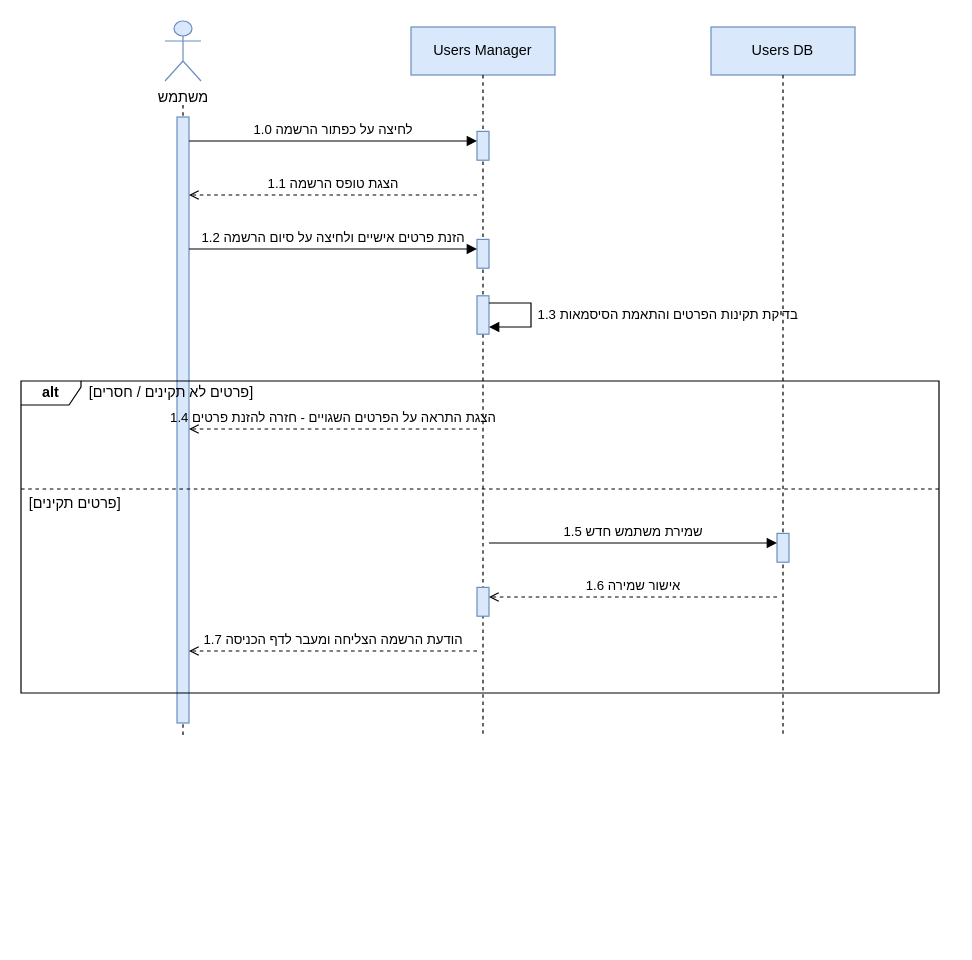
arielkaplan20/project_Golden_Hair_Salon keeps this draw.io diagram as diagrams/SEQ-SUC-1.drawio. Above is the earlier version. Source tidied: cells renumbered, new cells numbered last; positions are measured from the earlier drawing's top-left corner, leaving out a move shared by most shapes. Both pictures are drawn from the tidied source at 120%, with x=0, y=0 at pixel (20, 20).
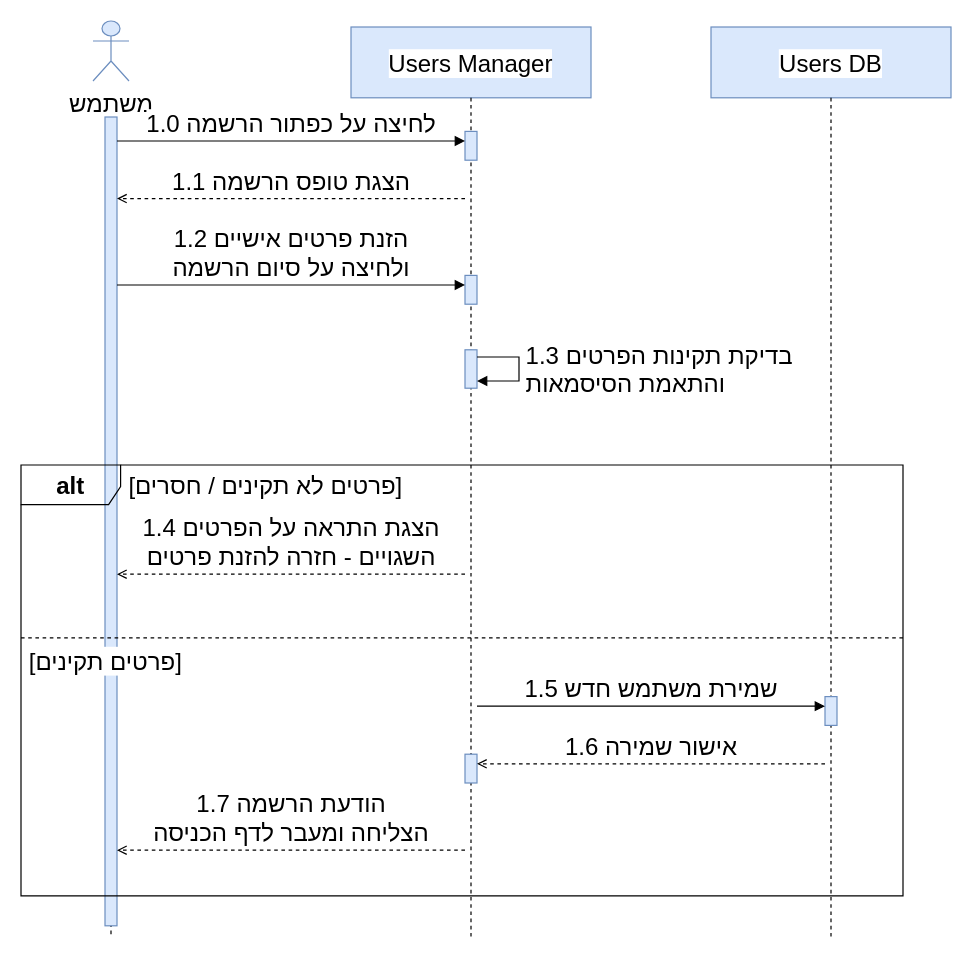
Above is the later version.

Change to the diagram source:
```diff
@@
-    <mxCell id="2" value="משתמש" style="shape=umlActor;verticalLabelPosition=bottom;verticalAlign=top;html=1;fillColor=#dae8fc;strokeColor=#6c8ebf;" parent="1" vertex="1">
-      <mxGeometry x="120" width="30" height="50" as="geometry" />
+    <mxCell id="2" value="משתמש" style="shape=umlActor;verticalLabelPosition=bottom;verticalAlign=top;html=1;fillColor=#dae8fc;strokeColor=#6c8ebf;fontSize=20;labelBackgroundColor=#ffffff;" parent="1" vertex="1">
+      <mxGeometry x="60" width="30" height="50" as="geometry" />
     </mxCell>
-    <mxCell id="3" value="Users Manager" style="rounded=0;whiteSpace=wrap;html=1;fillColor=#dae8fc;strokeColor=#6c8ebf;" parent="1" vertex="1">
-      <mxGeometry x="325" y="5" width="120" height="40" as="geometry" />
+    <mxCell id="3" value="Users Manager" style="rounded=0;whiteSpace=wrap;html=1;fillColor=#dae8fc;strokeColor=#6c8ebf;fontSize=20;labelBackgroundColor=#ffffff;" parent="1" vertex="1">
+      <mxGeometry x="275" y="5" width="200" height="59" as="geometry" />
     </mxCell>
-    <mxCell id="4" value="Users DB" style="rounded=0;whiteSpace=wrap;html=1;fillColor=#dae8fc;strokeColor=#6c8ebf;" parent="1" vertex="1">
-      <mxGeometry x="575" y="5" width="120" height="40" as="geometry" />
+    <mxCell id="4" value="Users DB" style="rounded=0;whiteSpace=wrap;html=1;fillColor=#dae8fc;strokeColor=#6c8ebf;fontSize=20;labelBackgroundColor=#ffffff;" parent="1" vertex="1">
+      <mxGeometry x="575" y="5" width="200" height="59" as="geometry" />
     </mxCell>
     <mxCell id="5" style="endArrow=none;html=1;dashed=1;strokeColor=#000000;" parent="1" edge="1">
       <mxGeometry relative="1" as="geometry">
-        <mxPoint x="135" y="70" as="sourcePoint" />
-        <mxPoint x="135" y="595" as="targetPoint" />
+        <mxPoint x="75" y="80" as="sourcePoint" />
+        <mxPoint x="75" y="764" as="targetPoint" />
       </mxGeometry>
     </mxCell>
     <mxCell id="6" style="rounded=0;html=1;fillColor=#dae8fc;strokeColor=#6c8ebf;" parent="1" vertex="1">
-      <mxGeometry x="130" y="80" width="10" height="505" as="geometry" />
+      <mxGeometry x="70" y="80" width="10" height="674" as="geometry" />
     </mxCell>
     <mxCell id="7" style="endArrow=none;html=1;dashed=1;strokeColor=#000000;" parent="1" edge="1">
       <mxGeometry relative="1" as="geometry">
-        <mxPoint x="385" y="45" as="sourcePoint" />
-        <mxPoint x="385" y="595" as="targetPoint" />
+        <mxPoint x="375" y="64" as="sourcePoint" />
+        <mxPoint x="375" y="764" as="targetPoint" />
       </mxGeometry>
     </mxCell>
     <mxCell id="8" style="endArrow=none;html=1;dashed=1;strokeColor=#000000;" parent="1" edge="1">
       <mxGeometry relative="1" as="geometry">
-        <mxPoint x="635" y="45" as="sourcePoint" />
-        <mxPoint x="635" y="595" as="targetPoint" />
+        <mxPoint x="675" y="64" as="sourcePoint" />
+        <mxPoint x="675" y="764" as="targetPoint" />
       </mxGeometry>
     </mxCell>
     <mxCell id="9" style="rounded=0;html=1;fillColor=#dae8fc;strokeColor=#6c8ebf;" parent="1" vertex="1">
-      <mxGeometry x="380" y="92" width="10" height="24" as="geometry" />
+      <mxGeometry x="370" y="92" width="10" height="24" as="geometry" />
     </mxCell>
     <mxCell id="10" style="rounded=0;html=1;fillColor=#dae8fc;strokeColor=#6c8ebf;" parent="1" vertex="1">
-      <mxGeometry x="380" y="182" width="10" height="24" as="geometry" />
+      <mxGeometry x="370" y="212" width="10" height="24" as="geometry" />
     </mxCell>
     <mxCell id="11" style="rounded=0;html=1;fillColor=#dae8fc;strokeColor=#6c8ebf;" parent="1" vertex="1">
-      <mxGeometry x="380" y="229" width="10" height="32" as="geometry" />
+      <mxGeometry x="370" y="274" width="10" height="32" as="geometry" />
     </mxCell>
     <mxCell id="12" style="rounded=0;html=1;fillColor=#dae8fc;strokeColor=#6c8ebf;" parent="1" vertex="1">
-      <mxGeometry x="630" y="427" width="10" height="24" as="geometry" />
+      <mxGeometry x="670" y="563" width="10" height="24" as="geometry" />
     </mxCell>
     <mxCell id="13" style="rounded=0;html=1;fillColor=#dae8fc;strokeColor=#6c8ebf;" parent="1" vertex="1">
-      <mxGeometry x="380" y="472" width="10" height="24" as="geometry" />
+      <mxGeometry x="370" y="611" width="10" height="24" as="geometry" />
     </mxCell>
-    <mxCell id="14" value="&lt;b&gt;alt&lt;/b&gt;" style="shape=umlFrame;whiteSpace=wrap;html=1;width=50;height=20;fillColor=none;" parent="1" vertex="1">
-      <mxGeometry y="300" width="765" height="260" as="geometry" />
+    <mxCell id="14" value="&lt;b&gt;alt&lt;/b&gt;" style="shape=umlFrame;whiteSpace=wrap;html=1;width=83;height=33;fillColor=none;fontSize=20;labelBackgroundColor=#ffffff;" parent="1" vertex="1">
+      <mxGeometry y="370" width="735" height="359" as="geometry" />
     </mxCell>
-    <mxCell id="15" value="[פרטים לא תקינים / חסרים]" style="text;html=1;align=left;verticalAlign=middle;whiteSpace=nowrap;fillColor=none;strokeColor=none;" parent="1" vertex="1">
-      <mxGeometry x="55" y="300" width="300" height="20" as="geometry" />
+    <mxCell id="15" value="&lt;span style='background:#ffffff'&gt;[פרטים לא תקינים / חסרים]&lt;/span&gt;" style="text;html=1;align=left;verticalAlign=middle;whiteSpace=nowrap;fillColor=none;strokeColor=none;fontSize=20;labelBackgroundColor=#ffffff;" parent="1" vertex="1">
+      <mxGeometry x="88" y="370" width="400" height="33" as="geometry" />
     </mxCell>
     <mxCell id="16" style="endArrow=none;html=1;dashed=1;" parent="1" edge="1">
       <mxGeometry relative="1" as="geometry">
-        <mxPoint y="390" as="sourcePoint" />
-        <mxPoint x="765" y="390" as="targetPoint" />
+        <mxPoint y="514" as="sourcePoint" />
+        <mxPoint x="735" y="514" as="targetPoint" />
       </mxGeometry>
     </mxCell>
-    <mxCell id="17" value="[פרטים תקינים]" style="text;html=1;align=left;verticalAlign=middle;whiteSpace=nowrap;fillColor=none;strokeColor=none;" parent="1" vertex="1">
-      <mxGeometry x="5" y="392" width="300" height="20" as="geometry" />
+    <mxCell id="17" value="&lt;span style='background:#ffffff'&gt;[פרטים תקינים]&lt;/span&gt;" style="text;html=1;align=left;verticalAlign=middle;whiteSpace=nowrap;fillColor=none;strokeColor=none;fontSize=20;labelBackgroundColor=#ffffff;" parent="1" vertex="1">
+      <mxGeometry x="5" y="516" width="400" height="33" as="geometry" />
     </mxCell>
-    <mxCell id="18" value="1.0 לחיצה על כפתור הרשמה" style="endArrow=block;endFill=1;html=1;rounded=0;verticalAlign=bottom;labelBackgroundColor=none;" parent="1" edge="1">
+    <mxCell id="18" value="1.0 לחיצה על כפתור הרשמה" style="endArrow=block;endFill=1;html=1;rounded=0;verticalAlign=bottom;labelBackgroundColor=none;fontSize=20;labelBackgroundColor=#ffffff;" parent="1" edge="1">
       <mxGeometry relative="1" as="geometry">
-        <mxPoint x="140" y="100" as="sourcePoint" />
-        <mxPoint x="380" y="100" as="targetPoint" />
+        <mxPoint x="80" y="100" as="sourcePoint" />
+        <mxPoint x="370" y="100" as="targetPoint" />
       </mxGeometry>
     </mxCell>
-    <mxCell id="19" value="1.1 הצגת טופס הרשמה" style="endArrow=open;endFill=0;html=1;rounded=0;dashed=1;verticalAlign=bottom;labelBackgroundColor=none;" parent="1" edge="1">
+    <mxCell id="19" value="1.1 הצגת טופס הרשמה" style="endArrow=open;endFill=0;html=1;rounded=0;dashed=1;verticalAlign=bottom;labelBackgroundColor=none;fontSize=20;labelBackgroundColor=#ffffff;" parent="1" edge="1">
       <mxGeometry relative="1" as="geometry">
-        <mxPoint x="380" y="145" as="sourcePoint" />
-        <mxPoint x="140" y="145" as="targetPoint" />
+        <mxPoint x="370" y="148" as="sourcePoint" />
+        <mxPoint x="80" y="148" as="targetPoint" />
       </mxGeometry>
     </mxCell>
-    <mxCell id="20" value="1.2 הזנת פרטים אישיים ולחיצה על סיום הרשמה" style="endArrow=block;endFill=1;html=1;rounded=0;verticalAlign=bottom;labelBackgroundColor=none;" parent="1" edge="1">
+    <mxCell id="20" value="1.2 הזנת פרטים אישיים&lt;br&gt;ולחיצה על סיום הרשמה" style="endArrow=block;endFill=1;html=1;rounded=0;verticalAlign=bottom;labelBackgroundColor=none;fontSize=20;labelBackgroundColor=#ffffff;" parent="1" edge="1">
       <mxGeometry relative="1" as="geometry">
-        <mxPoint x="140" y="190" as="sourcePoint" />
-        <mxPoint x="380" y="190" as="targetPoint" />
+        <mxPoint x="80" y="220" as="sourcePoint" />
+        <mxPoint x="370" y="220" as="targetPoint" />
       </mxGeometry>
     </mxCell>
-    <mxCell id="21" value="1.3 בדיקת תקינות הפרטים והתאמת הסיסמאות" style="endArrow=block;endFill=1;html=1;rounded=0;align=left;spacingLeft=4;labelBackgroundColor=none;" parent="1" edge="1">
+    <mxCell id="21" value="1.3 בדיקת תקינות הפרטים&lt;br&gt;והתאמת הסיסמאות" style="endArrow=block;endFill=1;html=1;rounded=0;align=left;spacingLeft=4;labelBackgroundColor=none;fontSize=20;labelBackgroundColor=#ffffff;" parent="1" edge="1">
       <mxGeometry relative="1" as="geometry">
-        <mxPoint x="390" y="235" as="sourcePoint" />
-        <mxPoint x="390" y="255" as="targetPoint" />
+        <mxPoint x="380" y="280" as="sourcePoint" />
+        <mxPoint x="380" y="300" as="targetPoint" />
         <Array as="points">
-          <mxPoint x="425" y="235" />
-          <mxPoint x="425" y="255" />
+          <mxPoint x="415" y="280" />
+          <mxPoint x="415" y="300" />
         </Array>
       </mxGeometry>
     </mxCell>
-    <mxCell id="22" value="1.4 הצגת התראה על הפרטים השגויים - חזרה להזנת פרטים" style="endArrow=open;endFill=0;html=1;rounded=0;dashed=1;verticalAlign=bottom;labelBackgroundColor=none;" parent="1" edge="1">
+    <mxCell id="22" value="1.4 הצגת התראה על הפרטים&lt;br&gt;השגויים - חזרה להזנת פרטים" style="endArrow=open;endFill=0;html=1;rounded=0;dashed=1;verticalAlign=bottom;labelBackgroundColor=none;fontSize=20;labelBackgroundColor=#ffffff;" parent="1" edge="1">
       <mxGeometry relative="1" as="geometry">
-        <mxPoint x="380" y="340" as="sourcePoint" />
-        <mxPoint x="140" y="340" as="targetPoint" />
+        <mxPoint x="370" y="461" as="sourcePoint" />
+        <mxPoint x="80" y="461" as="targetPoint" />
       </mxGeometry>
     </mxCell>
-    <mxCell id="23" value="1.5 שמירת משתמש חדש" style="endArrow=block;endFill=1;html=1;rounded=0;verticalAlign=bottom;labelBackgroundColor=none;" parent="1" edge="1">
+    <mxCell id="23" value="1.5 שמירת משתמש חדש" style="endArrow=block;endFill=1;html=1;rounded=0;verticalAlign=bottom;labelBackgroundColor=none;fontSize=20;labelBackgroundColor=#ffffff;" parent="1" edge="1">
       <mxGeometry relative="1" as="geometry">
-        <mxPoint x="390" y="435" as="sourcePoint" />
-        <mxPoint x="630" y="435" as="targetPoint" />
+        <mxPoint x="380" y="571" as="sourcePoint" />
+        <mxPoint x="670" y="571" as="targetPoint" />
       </mxGeometry>
     </mxCell>
-    <mxCell id="24" value="1.6 אישור שמירה" style="endArrow=open;endFill=0;html=1;rounded=0;dashed=1;verticalAlign=bottom;labelBackgroundColor=none;" parent="1" edge="1">
+    <mxCell id="24" value="1.6 אישור שמירה" style="endArrow=open;endFill=0;html=1;rounded=0;dashed=1;verticalAlign=bottom;labelBackgroundColor=none;fontSize=20;labelBackgroundColor=#ffffff;" parent="1" edge="1">
       <mxGeometry relative="1" as="geometry">
-        <mxPoint x="630" y="480" as="sourcePoint" />
-        <mxPoint x="390" y="480" as="targetPoint" />
+        <mxPoint x="670" y="619" as="sourcePoint" />
+        <mxPoint x="380" y="619" as="targetPoint" />
       </mxGeometry>
     </mxCell>
-    <mxCell id="25" value="1.7 הודעת הרשמה הצליחה ומעבר לדף הכניסה" style="endArrow=open;endFill=0;html=1;rounded=0;dashed=1;verticalAlign=bottom;labelBackgroundColor=none;" parent="1" edge="1">
+    <mxCell id="25" value="1.7 הודעת הרשמה&lt;br&gt;הצליחה ומעבר לדף הכניסה" style="endArrow=open;endFill=0;html=1;rounded=0;dashed=1;verticalAlign=bottom;labelBackgroundColor=none;fontSize=20;labelBackgroundColor=#ffffff;" parent="1" edge="1">
       <mxGeometry relative="1" as="geometry">
-        <mxPoint x="380" y="525" as="sourcePoint" />
-        <mxPoint x="140" y="525" as="targetPoint" />
+        <mxPoint x="370" y="691" as="sourcePoint" />
+        <mxPoint x="80" y="691" as="targetPoint" />
       </mxGeometry>
     </mxCell>
```
